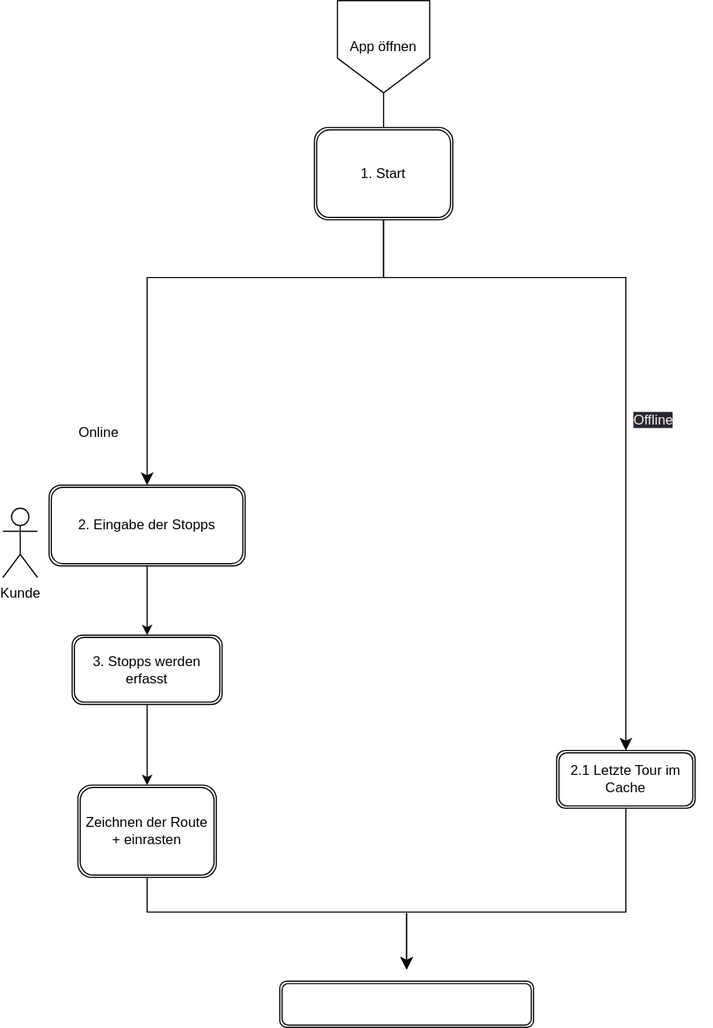
The draw.io diagram docs/architecture/workflow.drawio.svg in gabrielbindi/VoBi-Tour, before a commit. Source tidied: cells renumbered, new cells last; positions are measured from the earlier drawing's top-left corner, leaving out a move shared by most shapes. The source it was exported from:
```xml
<mxGraphModel>
  <root>
    <mxCell id="0" />
    <mxCell id="1" parent="0" />
    <mxCell id="2" value="App öffnen" style="shape=offPageConnector;whiteSpace=wrap;html=1;" parent="1" vertex="1">
      <mxGeometry x="290" width="80" height="80" as="geometry" />
    </mxCell>
    <mxCell id="3" style="endArrow=classic;html=1;exitX=0.5;exitY=1;exitDx=0;exitDy=0;entryX=0.5;entryY=0;entryDx=0;entryDy=0;" parent="1" edge="1" source="2" target="4">
      <mxGeometry relative="1" as="geometry">
        <Array as="points">
          <mxPoint x="330" y="150" />
        </Array>
      </mxGeometry>
    </mxCell>
    <mxCell id="4" value="1. Start&amp;nbsp;" style="shape=ext;double=1;rounded=1;whiteSpace=wrap;html=1;" parent="1" vertex="1">
      <mxGeometry x="270" y="110" width="120" height="80" as="geometry" />
    </mxCell>
    <mxCell id="5" style="edgeStyle=segmentEdgeStyle;endArrow=classic;html=1;curved=0;rounded=0;endSize=8;startSize=8;exitX=0.5;exitY=1;exitDx=0;exitDy=0;entryX=0.5;entryY=0;entryDx=0;entryDy=0;" parent="1" edge="1" source="4" target="10">
      <mxGeometry relative="1" as="geometry">
        <Array as="points">
          <mxPoint x="330" y="240" />
          <mxPoint x="125" y="240" />
        </Array>
      </mxGeometry>
    </mxCell>
    <mxCell id="6" style="edgeStyle=segmentEdgeStyle;endArrow=classic;html=1;curved=0;rounded=0;endSize=8;startSize=8;exitX=0.5;exitY=1;exitDx=0;exitDy=0;" parent="1" edge="1" source="4">
      <mxGeometry relative="1" as="geometry">
        <mxPoint x="540" y="650" as="targetPoint" />
        <Array as="points">
          <mxPoint x="330" y="240" />
          <mxPoint x="540" y="240" />
        </Array>
      </mxGeometry>
    </mxCell>
    <mxCell id="7" value="Online" style="text;strokeColor=none;fillColor=none;align=left;verticalAlign=middle;spacingLeft=4;spacingRight=4;overflow=hidden;whiteSpace=wrap;html=1;" parent="1" vertex="1">
      <mxGeometry x="60" y="360" width="80" height="30" as="geometry" />
    </mxCell>
    <mxCell id="8" value="&lt;span style=&quot;color: rgb(240, 240, 240); font-family: Helvetica; font-size: 12px; font-style: normal; font-variant-ligatures: normal; font-variant-caps: normal; font-weight: 400; letter-spacing: normal; orphans: 2; text-align: left; text-indent: 0px; text-transform: none; widows: 2; word-spacing: 0px; -webkit-text-stroke-width: 0px; background-color: rgb(42, 37, 47); text-decoration-thickness: initial; text-decoration-style: initial; text-decoration-color: initial; float: none; display: inline !important;&quot;&gt;Offline&lt;/span&gt;" style="text;whiteSpace=wrap;html=1;" parent="1" vertex="1">
      <mxGeometry x="545" y="350" width="70" height="40" as="geometry" />
    </mxCell>
    <mxCell id="9" value="Kunde" style="shape=umlActor;verticalLabelPosition=bottom;verticalAlign=top;html=1;" parent="1" vertex="1">
      <mxGeometry y="440" width="30" height="60" as="geometry" />
    </mxCell>
    <mxCell id="10" value="2. Eingabe der Stopps" style="shape=ext;double=1;rounded=1;whiteSpace=wrap;html=1;" parent="1" vertex="1">
      <mxGeometry x="40" y="420" width="170" height="70" as="geometry" />
    </mxCell>
    <mxCell id="11" style="endArrow=classic;html=1;exitX=0.5;exitY=1;exitDx=0;exitDy=0;entryX=0.5;entryY=0;entryDx=0;entryDy=0;" parent="1" edge="1" source="10" target="12">
      <mxGeometry relative="1" as="geometry" />
    </mxCell>
    <mxCell id="12" value="3. Stopps werden erfasst" style="shape=ext;double=1;rounded=1;whiteSpace=wrap;html=1;" parent="1" vertex="1">
      <mxGeometry x="60" y="550" width="130" height="60" as="geometry" />
    </mxCell>
    <mxCell id="13" style="endArrow=classic;html=1;exitX=0.5;exitY=1;exitDx=0;exitDy=0;entryX=0.5;entryY=0;entryDx=0;entryDy=0;" parent="1" edge="1" source="12" target="15">
      <mxGeometry relative="1" as="geometry" />
    </mxCell>
    <mxCell id="14" value="2.1 Letzte Tour im Cache" style="shape=ext;double=1;rounded=1;whiteSpace=wrap;html=1;" parent="1" vertex="1">
      <mxGeometry x="480" y="650" width="120" height="50" as="geometry" />
    </mxCell>
    <mxCell id="15" value="Zeichnen der Route + einrasten" style="shape=ext;double=1;rounded=1;whiteSpace=wrap;html=1;" parent="1" vertex="1">
      <mxGeometry x="65" y="680" width="120" height="80" as="geometry" />
    </mxCell>
    <mxCell id="16" style="edgeStyle=segmentEdgeStyle;endArrow=classic;html=1;curved=0;rounded=0;endSize=8;startSize=8;exitX=0.5;exitY=1;exitDx=0;exitDy=0;" parent="1" edge="1" source="15">
      <mxGeometry relative="1" as="geometry">
        <mxPoint x="350" y="840" as="targetPoint" />
        <Array as="points">
          <mxPoint x="125" y="790" />
          <mxPoint x="350" y="790" />
        </Array>
      </mxGeometry>
    </mxCell>
    <mxCell id="17" style="edgeStyle=segmentEdgeStyle;endArrow=classic;html=1;curved=0;rounded=0;endSize=8;startSize=8;exitX=0.5;exitY=1;exitDx=0;exitDy=0;" parent="1" edge="1" source="14">
      <mxGeometry relative="1" as="geometry">
        <mxPoint x="350" y="840" as="targetPoint" />
        <Array as="points">
          <mxPoint x="540" y="790" />
          <mxPoint x="350" y="790" />
        </Array>
      </mxGeometry>
    </mxCell>
    <mxCell id="18" style="shape=ext;double=1;rounded=1;whiteSpace=wrap;html=1;" parent="1" vertex="1">
      <mxGeometry x="240" y="850" width="220" height="40" as="geometry" />
    </mxCell>
  </root>
</mxGraphModel>
```
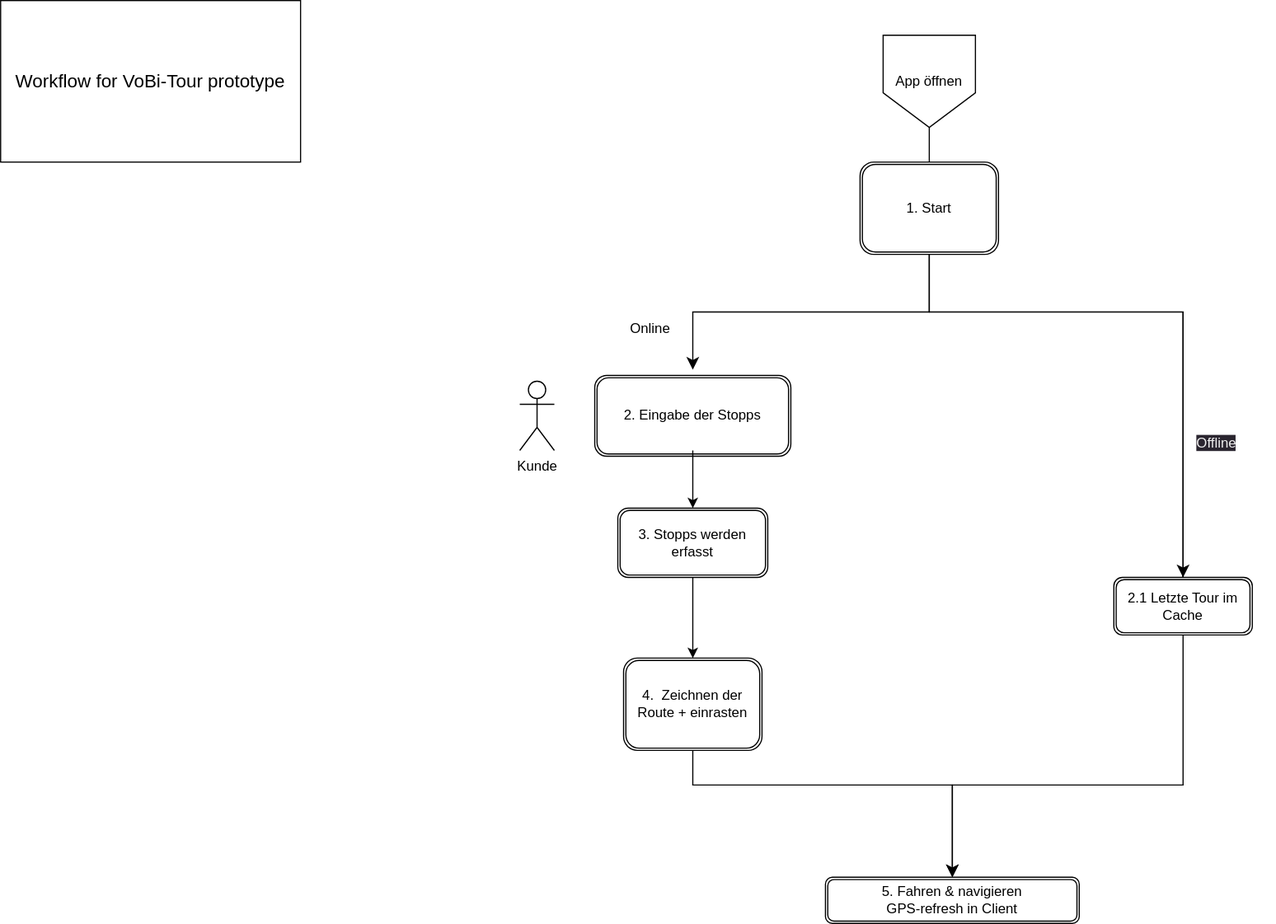
After the change.

Commit message:
#20 workflow-diagram done

The edit, as a diff of the source:
```diff
@@ -3,82 +3,95 @@
     <mxCell id="0" />
     <mxCell id="1" parent="0" />
     <mxCell id="2" value="App öffnen" style="shape=offPageConnector;whiteSpace=wrap;html=1;" parent="1" vertex="1">
-      <mxGeometry x="290" width="80" height="80" as="geometry" />
+      <mxGeometry x="525" y="-10" width="80" height="80" as="geometry" />
     </mxCell>
     <mxCell id="3" style="endArrow=classic;html=1;exitX=0.5;exitY=1;exitDx=0;exitDy=0;entryX=0.5;entryY=0;entryDx=0;entryDy=0;" parent="1" edge="1" source="2" target="4">
       <mxGeometry relative="1" as="geometry">
         <Array as="points">
-          <mxPoint x="330" y="150" />
+          <mxPoint x="565" y="140" />
         </Array>
       </mxGeometry>
     </mxCell>
     <mxCell id="4" value="1. Start&amp;nbsp;" style="shape=ext;double=1;rounded=1;whiteSpace=wrap;html=1;" parent="1" vertex="1">
-      <mxGeometry x="270" y="110" width="120" height="80" as="geometry" />
+      <mxGeometry x="505" y="100" width="120" height="80" as="geometry" />
     </mxCell>
-    <mxCell id="5" style="edgeStyle=segmentEdgeStyle;endArrow=classic;html=1;curved=0;rounded=0;endSize=8;startSize=8;exitX=0.5;exitY=1;exitDx=0;exitDy=0;entryX=0.5;entryY=0;entryDx=0;entryDy=0;" parent="1" edge="1" source="4" target="10">
+    <mxCell id="5" style="edgeStyle=segmentEdgeStyle;endArrow=classic;html=1;curved=0;rounded=0;endSize=8;startSize=8;exitX=0.5;exitY=1;exitDx=0;exitDy=0;entryX=0.5;entryY=0;entryDx=0;entryDy=0;" parent="1" edge="1" source="4">
       <mxGeometry relative="1" as="geometry">
+        <mxPoint x="360" y="280" as="targetPoint" />
         <Array as="points">
-          <mxPoint x="330" y="240" />
-          <mxPoint x="125" y="240" />
+          <mxPoint x="565" y="230" />
+          <mxPoint x="360" y="230" />
         </Array>
       </mxGeometry>
     </mxCell>
-    <mxCell id="6" style="edgeStyle=segmentEdgeStyle;endArrow=classic;html=1;curved=0;rounded=0;endSize=8;startSize=8;exitX=0.5;exitY=1;exitDx=0;exitDy=0;" parent="1" edge="1" source="4">
+    <mxCell id="6" style="edgeStyle=segmentEdgeStyle;endArrow=classic;html=1;curved=0;rounded=0;endSize=8;startSize=8;exitX=0.5;exitY=1;exitDx=0;exitDy=0;startArrow=none;entryX=0.5;entryY=0;entryDx=0;entryDy=0;" parent="1" edge="1" source="14" target="14">
       <mxGeometry relative="1" as="geometry">
-        <mxPoint x="540" y="650" as="targetPoint" />
         <Array as="points">
-          <mxPoint x="330" y="240" />
-          <mxPoint x="540" y="240" />
+          <mxPoint x="785" y="230" />
+          <mxPoint x="785" y="230" />
         </Array>
       </mxGeometry>
     </mxCell>
     <mxCell id="7" value="Online" style="text;strokeColor=none;fillColor=none;align=left;verticalAlign=middle;spacingLeft=4;spacingRight=4;overflow=hidden;whiteSpace=wrap;html=1;" parent="1" vertex="1">
-      <mxGeometry x="60" y="360" width="80" height="30" as="geometry" />
+      <mxGeometry x="300" y="230" width="80" height="30" as="geometry" />
     </mxCell>
     <mxCell id="8" value="&lt;span style=&quot;color: rgb(240, 240, 240); font-family: Helvetica; font-size: 12px; font-style: normal; font-variant-ligatures: normal; font-variant-caps: normal; font-weight: 400; letter-spacing: normal; orphans: 2; text-align: left; text-indent: 0px; text-transform: none; widows: 2; word-spacing: 0px; -webkit-text-stroke-width: 0px; background-color: rgb(42, 37, 47); text-decoration-thickness: initial; text-decoration-style: initial; text-decoration-color: initial; float: none; display: inline !important;&quot;&gt;Offline&lt;/span&gt;" style="text;whiteSpace=wrap;html=1;" parent="1" vertex="1">
-      <mxGeometry x="545" y="350" width="70" height="40" as="geometry" />
+      <mxGeometry x="795" y="330" width="70" height="40" as="geometry" />
     </mxCell>
     <mxCell id="9" value="Kunde" style="shape=umlActor;verticalLabelPosition=bottom;verticalAlign=top;html=1;" parent="1" vertex="1">
-      <mxGeometry y="440" width="30" height="60" as="geometry" />
+      <mxGeometry x="210" y="290" width="30" height="60" as="geometry" />
     </mxCell>
     <mxCell id="10" value="2. Eingabe der Stopps" style="shape=ext;double=1;rounded=1;whiteSpace=wrap;html=1;" parent="1" vertex="1">
-      <mxGeometry x="40" y="420" width="170" height="70" as="geometry" />
+      <mxGeometry x="275" y="285" width="170" height="70" as="geometry" />
     </mxCell>
-    <mxCell id="11" style="endArrow=classic;html=1;exitX=0.5;exitY=1;exitDx=0;exitDy=0;entryX=0.5;entryY=0;entryDx=0;entryDy=0;" parent="1" edge="1" source="10" target="12">
-      <mxGeometry relative="1" as="geometry" />
+    <mxCell id="11" style="endArrow=classic;html=1;exitX=0.5;exitY=1;exitDx=0;exitDy=0;entryX=0.5;entryY=0;entryDx=0;entryDy=0;" parent="1" edge="1" target="12">
+      <mxGeometry relative="1" as="geometry">
+        <mxPoint x="360" y="350" as="sourcePoint" />
+      </mxGeometry>
     </mxCell>
     <mxCell id="12" value="3. Stopps werden erfasst" style="shape=ext;double=1;rounded=1;whiteSpace=wrap;html=1;" parent="1" vertex="1">
-      <mxGeometry x="60" y="550" width="130" height="60" as="geometry" />
+      <mxGeometry x="295" y="400" width="130" height="60" as="geometry" />
     </mxCell>
     <mxCell id="13" style="endArrow=classic;html=1;exitX=0.5;exitY=1;exitDx=0;exitDy=0;entryX=0.5;entryY=0;entryDx=0;entryDy=0;" parent="1" edge="1" source="12" target="15">
       <mxGeometry relative="1" as="geometry" />
     </mxCell>
-    <mxCell id="14" value="2.1 Letzte Tour im Cache" style="shape=ext;double=1;rounded=1;whiteSpace=wrap;html=1;" parent="1" vertex="1">
-      <mxGeometry x="480" y="650" width="120" height="50" as="geometry" />
-    </mxCell>
-    <mxCell id="15" value="Zeichnen der Route + einrasten" style="shape=ext;double=1;rounded=1;whiteSpace=wrap;html=1;" parent="1" vertex="1">
-      <mxGeometry x="65" y="680" width="120" height="80" as="geometry" />
+    <mxCell id="15" value="4.&amp;nbsp; Zeichnen der Route + einrasten" style="shape=ext;double=1;rounded=1;whiteSpace=wrap;html=1;" parent="1" vertex="1">
+      <mxGeometry x="300" y="530" width="120" height="80" as="geometry" />
     </mxCell>
-    <mxCell id="16" style="edgeStyle=segmentEdgeStyle;endArrow=classic;html=1;curved=0;rounded=0;endSize=8;startSize=8;exitX=0.5;exitY=1;exitDx=0;exitDy=0;" parent="1" edge="1" source="15">
+    <mxCell id="16" style="edgeStyle=segmentEdgeStyle;endArrow=classic;html=1;curved=0;rounded=0;endSize=8;startSize=8;exitX=0.5;exitY=1;exitDx=0;exitDy=0;entryX=0.5;entryY=0;entryDx=0;entryDy=0;" parent="1" edge="1" source="15" target="18">
       <mxGeometry relative="1" as="geometry">
-        <mxPoint x="350" y="840" as="targetPoint" />
         <Array as="points">
-          <mxPoint x="125" y="790" />
-          <mxPoint x="350" y="790" />
+          <mxPoint x="360" y="640" />
+          <mxPoint x="585" y="640" />
+          <mxPoint x="585" y="710" />
         </Array>
       </mxGeometry>
     </mxCell>
-    <mxCell id="17" style="edgeStyle=segmentEdgeStyle;endArrow=classic;html=1;curved=0;rounded=0;endSize=8;startSize=8;exitX=0.5;exitY=1;exitDx=0;exitDy=0;" parent="1" edge="1" source="14">
+    <mxCell id="17" style="edgeStyle=segmentEdgeStyle;endArrow=classic;html=1;curved=0;rounded=0;endSize=8;startSize=8;exitX=0.5;exitY=1;exitDx=0;exitDy=0;entryX=0.5;entryY=0;entryDx=0;entryDy=0;" parent="1" edge="1" source="14" target="18">
       <mxGeometry relative="1" as="geometry">
-        <mxPoint x="350" y="840" as="targetPoint" />
         <Array as="points">
-          <mxPoint x="540" y="790" />
-          <mxPoint x="350" y="790" />
+          <mxPoint x="785" y="640" />
+          <mxPoint x="585" y="640" />
+          <mxPoint x="585" y="710" />
         </Array>
       </mxGeometry>
     </mxCell>
-    <mxCell id="18" style="shape=ext;double=1;rounded=1;whiteSpace=wrap;html=1;" parent="1" vertex="1">
-      <mxGeometry x="240" y="850" width="220" height="40" as="geometry" />
+    <mxCell id="18" value="5. Fahren &amp;amp; navigieren&lt;br&gt;GPS-refresh in Client" style="shape=ext;double=1;rounded=1;whiteSpace=wrap;html=1;" parent="1" vertex="1">
+      <mxGeometry x="475" y="720" width="220" height="40" as="geometry" />
     </mxCell>
+    <mxCell id="19" style="edgeStyle=segmentEdgeStyle;endArrow=none;html=1;curved=0;rounded=0;endSize=8;startSize=8;exitX=0.5;exitY=1;exitDx=0;exitDy=0;" parent="1" edge="1" source="4" target="14">
+      <mxGeometry relative="1" as="geometry">
+        <Array as="points">
+          <mxPoint x="565" y="230" />
+          <mxPoint x="785" y="230" />
+        </Array>
+      </mxGeometry>
+    </mxCell>
+    <mxCell id="14" value="2.1 Letzte Tour im Cache" style="shape=ext;double=1;rounded=1;whiteSpace=wrap;html=1;" parent="1" vertex="1">
+      <mxGeometry x="725" y="460" width="120" height="50" as="geometry" />
+    </mxCell>
+    <mxCell id="20" value="&lt;font size=&quot;3&quot;&gt;Workflow for VoBi-Tour prototype&amp;nbsp;&lt;/font&gt;" style="rounded=0;whiteSpace=wrap;html=1;" parent="1" vertex="1">
+      <mxGeometry x="-240" y="-40" width="260" height="140" as="geometry" />
+    </mxCell>
   </root>
 </mxGraphModel>
```
